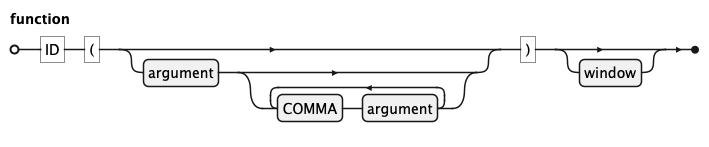
koryki-java/core keeps this PlantUML diagram as docs/kql/function.png. Above is the earlier version.
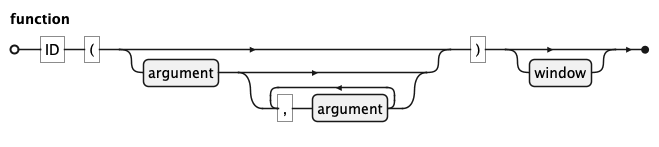
Above is the later version.

Diff of the diagram source:
```diff
@@ -7,7 +7,7 @@
 
 
 function =
-    "ID", "(", [argument, {COMMA, argument}], ")", [window]
+    "ID", "(", [argument, {",", argument}], ")", [window]
 ;
 
 @endebnf
```
